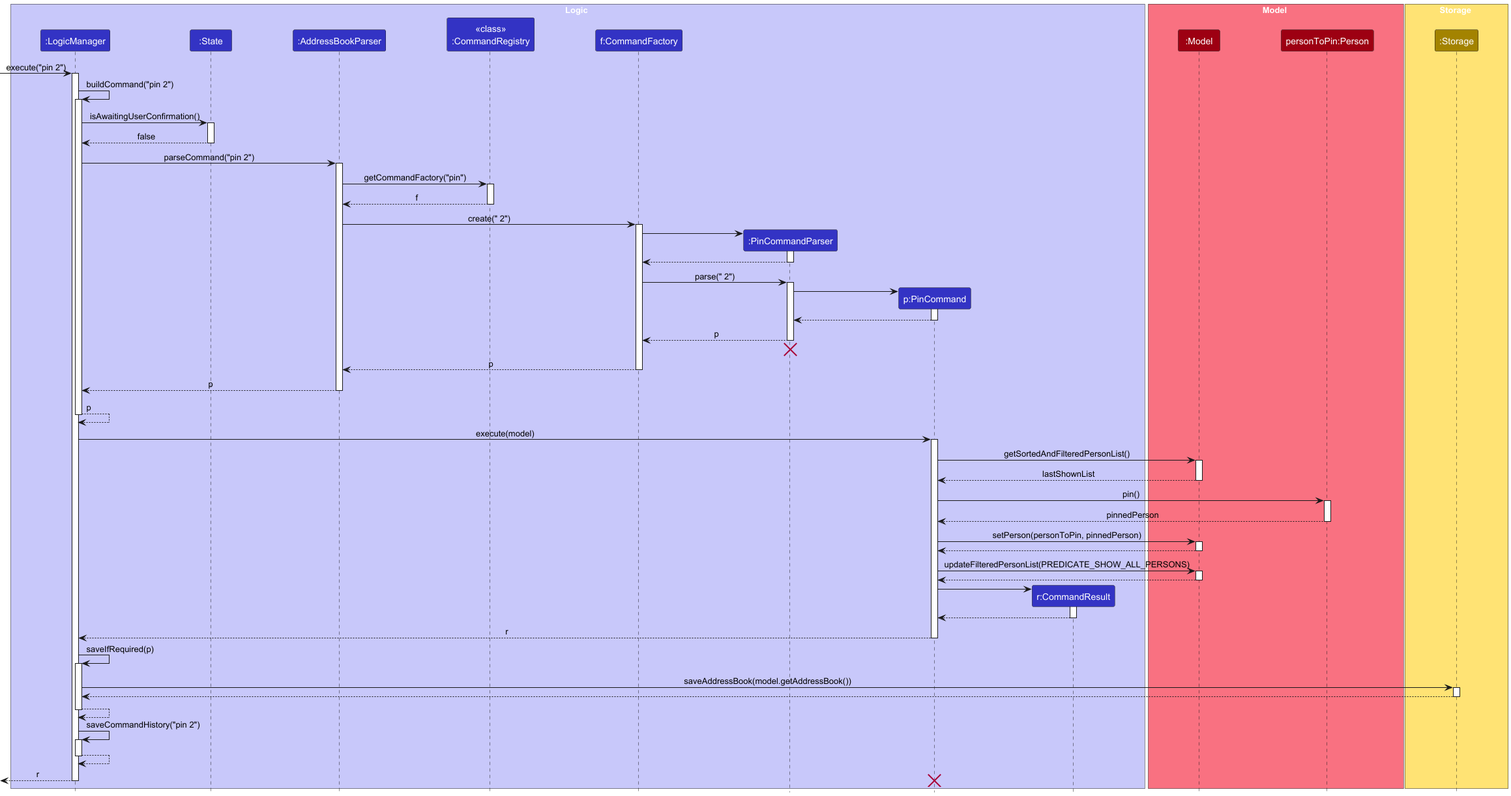
The PlantUML diagram docs/images/PinSequenceDiagram.png in AY2526S1-CS2103-F12-2/tp, before a commit. The source it was exported from:
```plantuml
@startuml
!include style.puml
skinparam ArrowFontStyle plain

skinparam ParticipantPadding 42

box Logic LOGIC_COLOR_T1
participant ":LogicManager" as LogicManager LOGIC_COLOR
participant ":State" as State LOGIC_COLOR
participant ":AddressBookParser" as AddressBookParser LOGIC_COLOR
participant "<<class>>\n:CommandRegistry" as CommandRegistry LOGIC_COLOR
participant "f:CommandFactory" as CommandFactory LOGIC_COLOR
participant ":PinCommandParser" as PinCommandParser LOGIC_COLOR
participant "p:PinCommand" as PinCommand LOGIC_COLOR
participant "r:CommandResult" as CommandResult LOGIC_COLOR
end box

box Model MODEL_COLOR_T1
participant ":Model" as Model MODEL_COLOR
participant "personToPin:Person" as Person MODEL_COLOR
end box

box Storage STORAGE_COLOR_T1
participant ":Storage" as Storage STORAGE_COLOR
end box

[-> LogicManager : execute("pin 2")
activate LogicManager

LogicManager -> LogicManager : buildCommand("pin 2")
activate LogicManager

LogicManager -> State : isAwaitingUserConfirmation()
activate State

State --> LogicManager : false
deactivate State

LogicManager -> AddressBookParser : parseCommand("pin 2")
activate AddressBookParser

AddressBookParser -> CommandRegistry : getCommandFactory("pin")
activate CommandRegistry

CommandRegistry --> AddressBookParser : f
deactivate CommandRegistry

AddressBookParser -> CommandFactory : create(" 2")
activate CommandFactory

create PinCommandParser
CommandFactory -> PinCommandParser
activate PinCommandParser

PinCommandParser --> CommandFactory
deactivate PinCommandParser

CommandFactory -> PinCommandParser : parse(" 2")
activate PinCommandParser

create PinCommand
PinCommandParser -> PinCommand
activate PinCommand

PinCommand --> PinCommandParser
deactivate PinCommand

PinCommandParser --> CommandFactory : p
deactivate PinCommandParser
PinCommandParser -[hidden]-> AddressBookParser
destroy PinCommandParser

CommandFactory --> AddressBookParser : p
deactivate CommandFactory

AddressBookParser --> LogicManager : p
deactivate AddressBookParser

LogicManager --> LogicManager : p
deactivate LogicManager

LogicManager -> PinCommand : execute(model)
activate PinCommand

PinCommand -> Model : getSortedAndFilteredPersonList()
activate Model

Model --> PinCommand : lastShownList
deactivate Model

PinCommand -> Person : pin()
activate Person

Person --> PinCommand : pinnedPerson
deactivate Person

PinCommand -> Model : setPerson(personToPin, pinnedPerson)
activate Model

Model --> PinCommand
deactivate Model

PinCommand -> Model : updateFilteredPersonList(PREDICATE_SHOW_ALL_PERSONS)
activate Model

Model --> PinCommand
deactivate Model

create CommandResult
PinCommand -> CommandResult
activate CommandResult

CommandResult --> PinCommand
deactivate CommandResult

PinCommand --> LogicManager : r
deactivate PinCommand

LogicManager -> LogicManager : saveIfRequired(p)
activate LogicManager

LogicManager -> Storage : saveAddressBook(model.getAddressBook())
activate Storage

Storage --> LogicManager
deactivate Storage

LogicManager --> LogicManager
deactivate LogicManager

LogicManager -> LogicManager : saveCommandHistory("pin 2")
activate LogicManager

LogicManager --> LogicManager
deactivate LogicManager

[<-- LogicManager : r
deactivate LogicManager
destroy PinCommand
@enduml
```
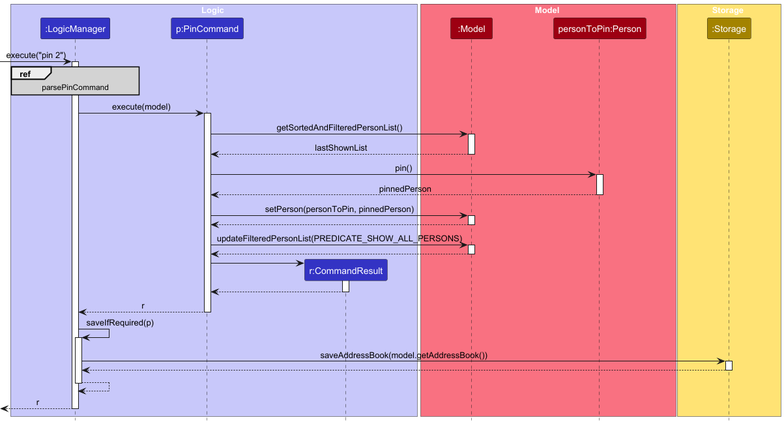
Above is the later version.

Commit message:
Update pin sequence diagram image

Diff of the diagram source:
```diff
@@ -3,14 +3,10 @@
 skinparam ArrowFontStyle plain
 
 skinparam ParticipantPadding 42
+skinparam sequenceReferenceBackgroundColor #D3D3D3
 
 box Logic LOGIC_COLOR_T1
 participant ":LogicManager" as LogicManager LOGIC_COLOR
-participant ":State" as State LOGIC_COLOR
-participant ":AddressBookParser" as AddressBookParser LOGIC_COLOR
-participant "<<class>>\n:CommandRegistry" as CommandRegistry LOGIC_COLOR
-participant "f:CommandFactory" as CommandFactory LOGIC_COLOR
-participant ":PinCommandParser" as PinCommandParser LOGIC_COLOR
 participant "p:PinCommand" as PinCommand LOGIC_COLOR
 participant "r:CommandResult" as CommandResult LOGIC_COLOR
 end box
@@ -27,57 +23,7 @@
 [-> LogicManager : execute("pin 2")
 activate LogicManager
 
-LogicManager -> LogicManager : buildCommand("pin 2")
-activate LogicManager
-
-LogicManager -> State : isAwaitingUserConfirmation()
-activate State
-
-State --> LogicManager : false
-deactivate State
-
-LogicManager -> AddressBookParser : parseCommand("pin 2")
-activate AddressBookParser
-
-AddressBookParser -> CommandRegistry : getCommandFactory("pin")
-activate CommandRegistry
-
-CommandRegistry --> AddressBookParser : f
-deactivate CommandRegistry
-
-AddressBookParser -> CommandFactory : create(" 2")
-activate CommandFactory
-
-create PinCommandParser
-CommandFactory -> PinCommandParser
-activate PinCommandParser
-
-PinCommandParser --> CommandFactory
-deactivate PinCommandParser
-
-CommandFactory -> PinCommandParser : parse(" 2")
-activate PinCommandParser
-
-create PinCommand
-PinCommandParser -> PinCommand
-activate PinCommand
-
-PinCommand --> PinCommandParser
-deactivate PinCommand
-
-PinCommandParser --> CommandFactory : p
-deactivate PinCommandParser
-PinCommandParser -[hidden]-> AddressBookParser
-destroy PinCommandParser
-
-CommandFactory --> AddressBookParser : p
-deactivate CommandFactory
-
-AddressBookParser --> LogicManager : p
-deactivate AddressBookParser
-
-LogicManager --> LogicManager : p
-deactivate LogicManager
+ref over LogicManager: parsePinCommand
 
 LogicManager -> PinCommand : execute(model)
 activate PinCommand
@@ -128,13 +74,6 @@
 LogicManager --> LogicManager
 deactivate LogicManager
 
-LogicManager -> LogicManager : saveCommandHistory("pin 2")
-activate LogicManager
-
-LogicManager --> LogicManager
-deactivate LogicManager
-
 [<-- LogicManager : r
 deactivate LogicManager
-destroy PinCommand
 @enduml
```
